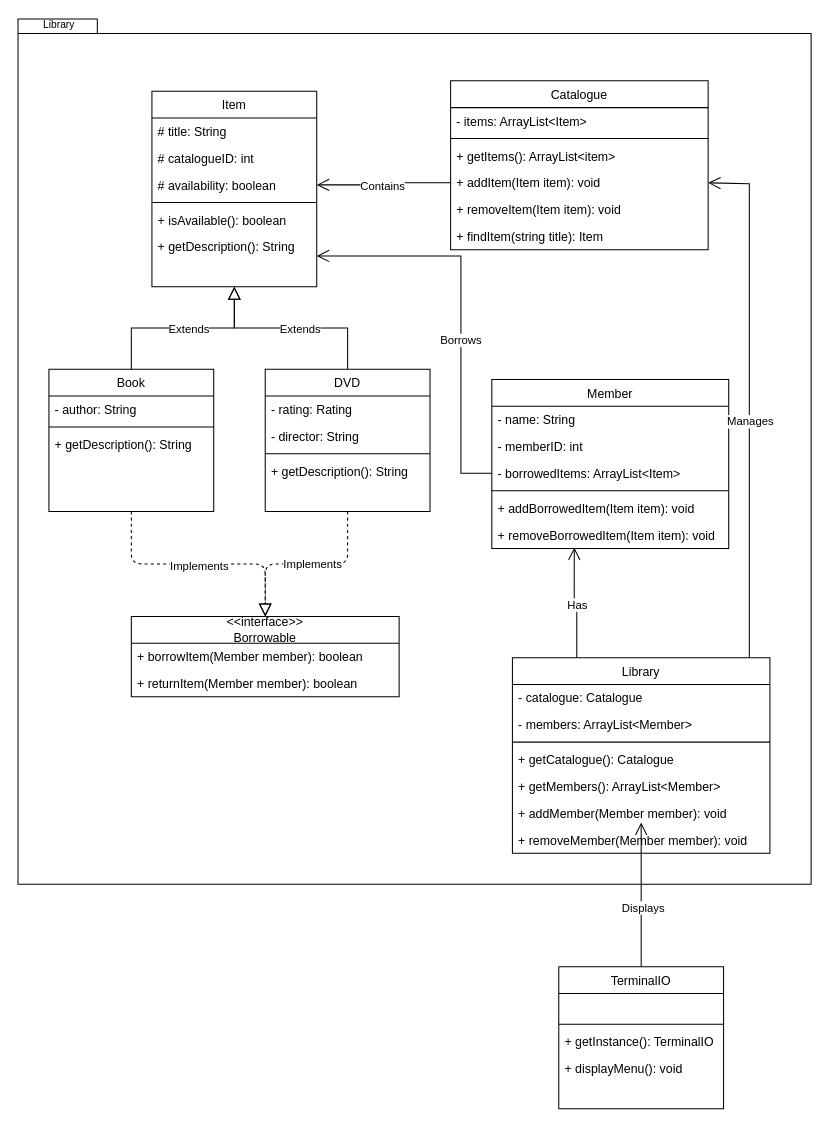
Before: Documentation/class_diagram.drawio in josiahschuller/integradev-task, a draw.io diagram. Source tidied: cells renumbered, new cells numbered last; positions are measured from the earlier drawing's top-left corner, leaving out a move shared by most shapes. Both pictures are drawn from the tidied source at 103%, with x=0, y=0 at pixel (18, 19).
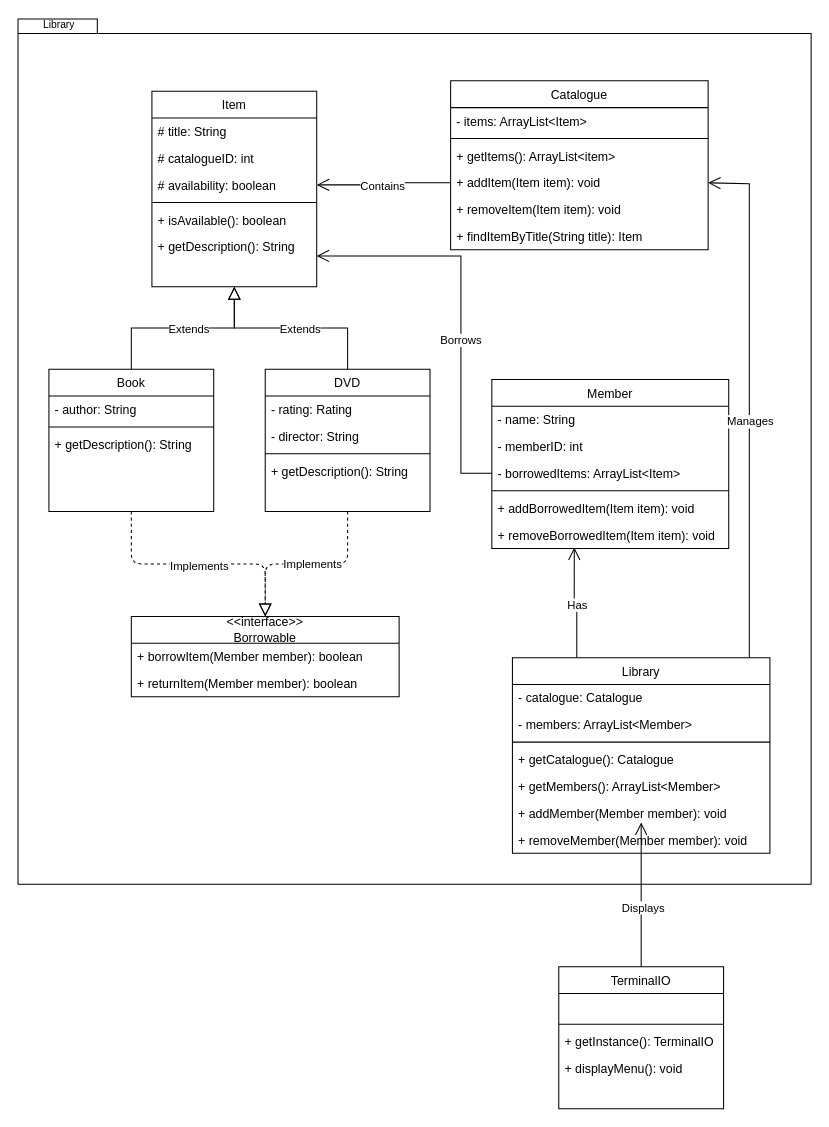
The same page after the edit.

The change refers to these unchanged cells:
```xml
<mxCell id="30" value="Catalogue" style="swimlane;fontStyle=0;align=center;verticalAlign=top;horizontal=1;startSize=26;rounded=0;shadow=0;strokeWidth=1;" parent="1" vertex="1">
  <mxGeometry x="420" y="60" width="250" height="164" as="geometry" />
</mxCell>
```

Change to the diagram source:
```diff
@@
-    <mxCell id="36" value="+ findItem(string title): Item" style="text;align=left;verticalAlign=top;spacingLeft=4;spacingRight=4;overflow=hidden;fontStyle=0;" parent="30" vertex="1">
+    <mxCell id="36" value="+ findItemByTitle(String title): Item" style="text;align=left;verticalAlign=top;spacingLeft=4;spacingRight=4;overflow=hidden;fontStyle=0;" parent="30" vertex="1">
       <mxGeometry y="138" width="250" height="26" as="geometry" />
     </mxCell>
```
